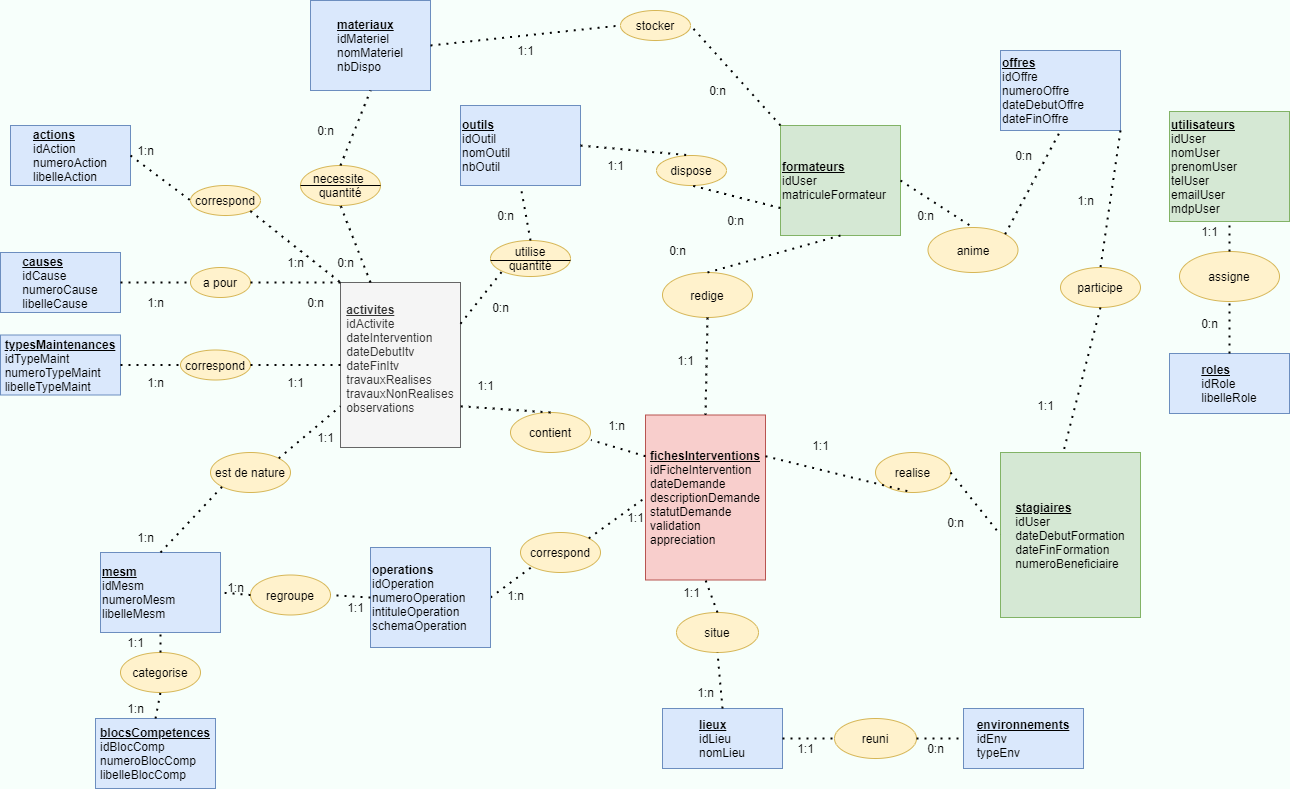
tancraft/Stage keeps this draw.io diagram as DOCS/mcd.png. Above is the earlier version. Source tidied: cells renumbered, new cells last; positions are measured from the earlier drawing's top-left corner, leaving out a move shared by most shapes.
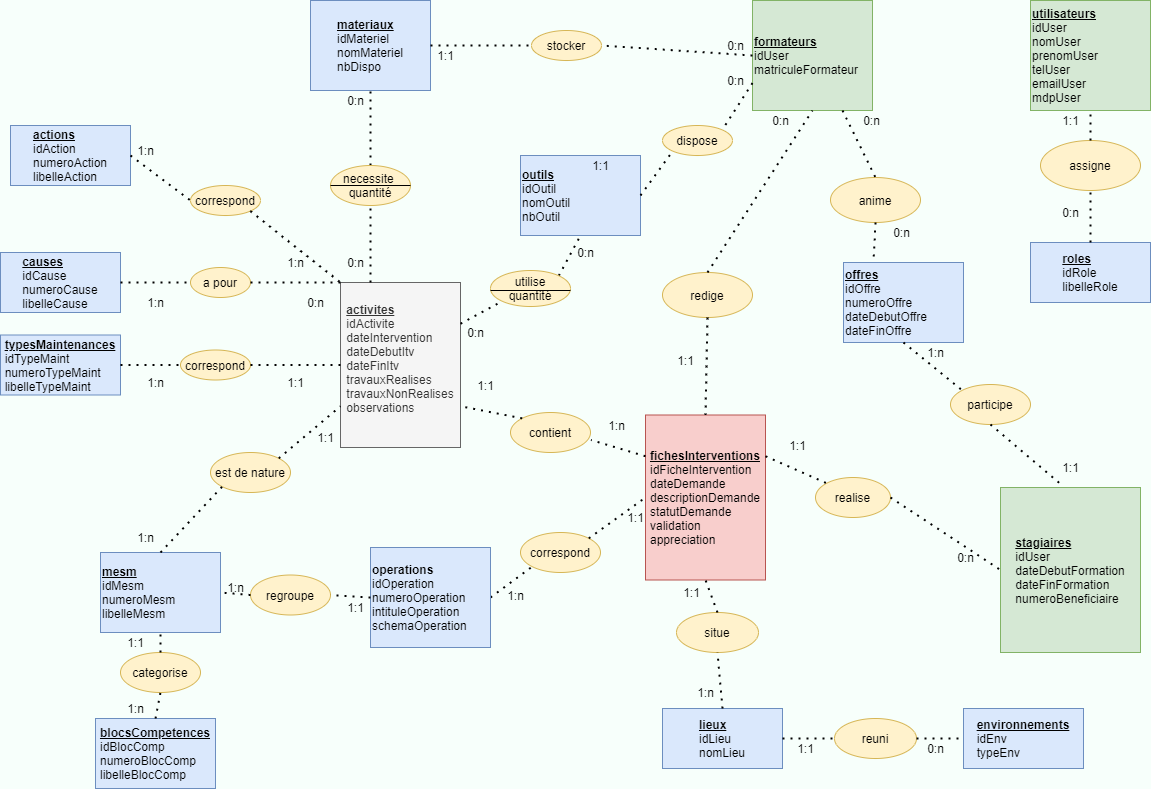
After the commit.

The edit, as a diff of the source:
```diff
@@ -9,7 +9,7 @@
       <mxGeometry x="662" y="708" width="120" height="60" as="geometry" />
     </mxCell>
     <mxCell id="4" value="&lt;u style=&quot;font-weight: bold&quot;&gt;outils&lt;/u&gt;&lt;br&gt;idOutil&lt;br&gt;nomOutil&lt;br&gt;nbOutil" style="rounded=0;whiteSpace=wrap;html=1;align=left;fillColor=#dae8fc;strokeColor=#6c8ebf;" parent="1" vertex="1">
-      <mxGeometry x="460" y="105" width="120" height="80" as="geometry" />
+      <mxGeometry x="520" y="155" width="120" height="80" as="geometry" />
     </mxCell>
     <mxCell id="5" value="&lt;div style=&quot;text-align: left&quot;&gt;&lt;b&gt;&lt;u&gt;fichesInterventions&lt;/u&gt;&lt;/b&gt;&lt;/div&gt;&lt;div style=&quot;text-align: left&quot;&gt;&lt;span&gt;idFicheIntervention&lt;/span&gt;&lt;/div&gt;&lt;div style=&quot;text-align: left&quot;&gt;&lt;span&gt;dateDemande&lt;/span&gt;&lt;/div&gt;&lt;div style=&quot;text-align: left&quot;&gt;&lt;span&gt;descriptionDemande&lt;/span&gt;&lt;/div&gt;&lt;div style=&quot;text-align: left&quot;&gt;&lt;span&gt;statutDemande&lt;/span&gt;&lt;/div&gt;&lt;div style=&quot;text-align: left&quot;&gt;&lt;span&gt;validation&lt;/span&gt;&lt;/div&gt;&lt;div style=&quot;text-align: left&quot;&gt;&lt;span&gt;appreciation&lt;/span&gt;&lt;/div&gt;" style="rounded=0;whiteSpace=wrap;html=1;fillColor=#f8cecc;strokeColor=#b85450;" parent="1" vertex="1">
       <mxGeometry x="645" y="414.5" width="120" height="165" as="geometry" />
@@ -27,82 +27,76 @@
       <mxGeometry y="334.5" width="120" height="60" as="geometry" />
     </mxCell>
     <mxCell id="10" value="&lt;b&gt;&lt;u&gt;formateurs&lt;/u&gt;&lt;/b&gt;&lt;br&gt;idUser&lt;br&gt;matriculeFormateur" style="rounded=0;whiteSpace=wrap;html=1;align=left;fillColor=#d5e8d4;strokeColor=#82b366;" parent="1" vertex="1">
-      <mxGeometry x="780" y="125" width="120" height="110" as="geometry" />
+      <mxGeometry x="752" width="120" height="110" as="geometry" />
     </mxCell>
     <mxCell id="11" value="&lt;b&gt;&lt;u&gt;offres&lt;/u&gt;&lt;/b&gt;&lt;br&gt;idOffre&lt;br&gt;numeroOffre&lt;br&gt;dateDebutOffre&lt;br&gt;dateFinOffre" style="rounded=0;whiteSpace=wrap;html=1;align=left;fillColor=#dae8fc;strokeColor=#6c8ebf;" parent="1" vertex="1">
-      <mxGeometry x="1000" y="50" width="120" height="80" as="geometry" />
+      <mxGeometry x="843" y="262" width="120" height="80" as="geometry" />
     </mxCell>
     <mxCell id="12" value="&lt;div style=&quot;text-align: left&quot;&gt;&lt;u style=&quot;font-weight: bold&quot;&gt;stagiaires&lt;/u&gt;&lt;/div&gt;&lt;div style=&quot;text-align: left&quot;&gt;&lt;span&gt;idUser&lt;/span&gt;&lt;/div&gt;&lt;div style=&quot;text-align: left&quot;&gt;&lt;span&gt;dateDebutFormation&lt;/span&gt;&lt;/div&gt;&lt;div style=&quot;text-align: left&quot;&gt;&lt;span&gt;dateFinFormation&lt;/span&gt;&lt;/div&gt;&lt;div style=&quot;text-align: left&quot;&gt;&lt;span&gt;numeroBeneficiaire&lt;/span&gt;&lt;/div&gt;" style="rounded=0;whiteSpace=wrap;html=1;fillColor=#d5e8d4;strokeColor=#82b366;" parent="1" vertex="1">
-      <mxGeometry x="1000" y="452" width="140" height="165" as="geometry" />
+      <mxGeometry x="1000" y="487" width="140" height="165" as="geometry" />
     </mxCell>
     <mxCell id="13" value="anime" style="ellipse;whiteSpace=wrap;html=1;fillColor=#fff2cc;strokeColor=#d6b656;" parent="1" vertex="1">
-      <mxGeometry x="927.5" y="227" width="90" height="45" as="geometry" />
+      <mxGeometry x="830" y="177" width="90" height="45" as="geometry" />
     </mxCell>
     <mxCell id="14" value="participe" style="ellipse;whiteSpace=wrap;html=1;fillColor=#fff2cc;strokeColor=#d6b656;" parent="1" vertex="1">
-      <mxGeometry x="1060" y="267" width="80" height="40" as="geometry" />
+      <mxGeometry x="950" y="384" width="80" height="40" as="geometry" />
     </mxCell>
     <mxCell id="15" value="0:n" style="text;html=1;align=center;verticalAlign=middle;" parent="1" vertex="1">
-      <mxGeometry x="940" y="512" width="30" height="20" as="geometry" />
+      <mxGeometry x="950" y="547" width="30" height="20" as="geometry" />
     </mxCell>
     <mxCell id="16" value="1:1" style="text;html=1;align=center;verticalAlign=middle;" parent="1" vertex="1">
-      <mxGeometry x="1030" y="394.5" width="30" height="20" as="geometry" />
+      <mxGeometry x="1055" y="457" width="30" height="20" as="geometry" />
     </mxCell>
     <mxCell id="17" value="0:n" style="text;html=1;align=center;verticalAlign=middle;" parent="1" vertex="1">
-      <mxGeometry x="1008" y="145" width="30" height="20" as="geometry" />
+      <mxGeometry x="886" y="222" width="30" height="20" as="geometry" />
     </mxCell>
     <mxCell id="18" value="0:n" style="text;html=1;align=center;verticalAlign=middle;" parent="1" vertex="1">
-      <mxGeometry x="910" y="205" width="30" height="20" as="geometry" />
+      <mxGeometry x="856" y="110" width="30" height="20" as="geometry" />
     </mxCell>
     <mxCell id="19" value="redige" style="ellipse;whiteSpace=wrap;html=1;fillColor=#fff2cc;strokeColor=#d6b656;" parent="1" vertex="1">
       <mxGeometry x="662" y="272" width="90" height="45" as="geometry" />
     </mxCell>
     <mxCell id="20" value="0:n" style="text;html=1;align=center;verticalAlign=middle;" parent="1" vertex="1">
-      <mxGeometry x="662" y="240" width="30" height="20" as="geometry" />
+      <mxGeometry x="765" y="110" width="30" height="20" as="geometry" />
     </mxCell>
     <mxCell id="21" value="1:1" style="text;html=1;align=center;verticalAlign=middle;" parent="1" vertex="1">
       <mxGeometry x="670" y="349.5" width="30" height="20" as="geometry" />
     </mxCell>
-    <mxCell id="22" style="endArrow=none;dashed=1;html=1;dashPattern=1 3;strokeWidth=2;entryX=0.5;entryY=0;entryDx=0;entryDy=0;exitX=1;exitY=1;exitDx=0;exitDy=0;" parent="1" edge="1" source="11" target="14">
+    <mxCell id="22" style="endArrow=none;dashed=1;html=1;dashPattern=1 3;strokeWidth=2;entryX=0;entryY=0;entryDx=0;entryDy=0;exitX=0.5;exitY=1;exitDx=0;exitDy=0;" parent="1" edge="1" source="11" target="14">
       <mxGeometry relative="1" as="geometry" />
     </mxCell>
     <mxCell id="23" style="endArrow=none;dashed=1;html=1;dashPattern=1 3;strokeWidth=2;exitX=0.5;exitY=1;exitDx=0;exitDy=0;entryX=0.45;entryY=-0.006;entryDx=0;entryDy=0;entryPerimeter=0;" parent="1" edge="1" source="14" target="12">
       <mxGeometry relative="1" as="geometry" />
     </mxCell>
-    <mxCell id="24" style="endArrow=none;dashed=1;html=1;dashPattern=1 3;strokeWidth=2;entryX=0.5;entryY=1;entryDx=0;entryDy=0;exitX=1;exitY=0;exitDx=0;exitDy=0;" parent="1" edge="1" source="13" target="11">
+    <mxCell id="24" style="endArrow=none;dashed=1;html=1;dashPattern=1 3;strokeWidth=2;entryX=0.25;entryY=0;entryDx=0;entryDy=0;exitX=0.5;exitY=1;exitDx=0;exitDy=0;" parent="1" edge="1" source="13" target="11">
       <mxGeometry relative="1" as="geometry" />
     </mxCell>
     <mxCell id="25" value="realise" style="ellipse;whiteSpace=wrap;html=1;fillColor=#fff2cc;strokeColor=#d6b656;" parent="1" vertex="1">
-      <mxGeometry x="875" y="452" width="75" height="40" as="geometry" />
+      <mxGeometry x="815" y="477" width="75" height="40" as="geometry" />
     </mxCell>
-    <mxCell id="26" style="endArrow=none;dashed=1;html=1;dashPattern=1 3;strokeWidth=2;entryX=0.5;entryY=1;entryDx=0;entryDy=0;exitX=1;exitY=0.25;exitDx=0;exitDy=0;" parent="1" edge="1" source="5" target="25">
+    <mxCell id="26" style="endArrow=none;dashed=1;html=1;dashPattern=1 3;strokeWidth=2;exitX=1;exitY=0.25;exitDx=0;exitDy=0;entryX=0;entryY=0;entryDx=0;entryDy=0;" parent="1" edge="1" source="5" target="25">
       <mxGeometry relative="1" as="geometry" />
     </mxCell>
     <mxCell id="27" style="endArrow=none;dashed=1;html=1;dashPattern=1 3;strokeWidth=2;entryX=0;entryY=0.5;entryDx=0;entryDy=0;exitX=1;exitY=0.5;exitDx=0;exitDy=0;" parent="1" edge="1" source="25" target="12">
       <mxGeometry relative="1" as="geometry" />
     </mxCell>
     <mxCell id="28" value="1:n" style="text;html=1;align=center;verticalAlign=middle;" parent="1" vertex="1">
-      <mxGeometry x="1070" y="190" width="30" height="20" as="geometry" />
+      <mxGeometry x="920" y="342" width="30" height="20" as="geometry" />
     </mxCell>
     <mxCell id="29" value="1:1" style="text;html=1;align=center;verticalAlign=middle;" parent="1" vertex="1">
-      <mxGeometry x="805" y="434.5" width="30" height="20" as="geometry" />
+      <mxGeometry x="782" y="434.5" width="30" height="20" as="geometry" />
     </mxCell>
-    <mxCell id="30" value="utilise&lt;br&gt;quantité" style="ellipse;whiteSpace=wrap;html=1;fillColor=#fff2cc;strokeColor=#d6b656;" parent="1" vertex="1">
-      <mxGeometry x="490" y="240" width="80" height="36" as="geometry" />
-    </mxCell>
-    <mxCell id="31" value="&lt;span&gt;necessite&amp;nbsp; quantité&lt;/span&gt;" style="ellipse;whiteSpace=wrap;html=1;fillColor=#fff2cc;strokeColor=#d6b656;" parent="1" vertex="1">
-      <mxGeometry x="300" y="165" width="80" height="40" as="geometry" />
-    </mxCell>
     <mxCell id="32" style="endArrow=none;dashed=1;html=1;dashPattern=1 3;strokeWidth=2;entryX=0;entryY=1;entryDx=0;entryDy=0;exitX=1;exitY=0.25;exitDx=0;exitDy=0;" parent="1" edge="1" source="2" target="30">
       <mxGeometry relative="1" as="geometry" />
     </mxCell>
-    <mxCell id="33" style="endArrow=none;dashed=1;html=1;dashPattern=1 3;strokeWidth=2;exitX=0.5;exitY=0;exitDx=0;exitDy=0;entryX=0.5;entryY=1;entryDx=0;entryDy=0;" parent="1" edge="1" source="30" target="4">
+    <mxCell id="33" style="endArrow=none;dashed=1;html=1;dashPattern=1 3;strokeWidth=2;exitX=1;exitY=0;exitDx=0;exitDy=0;entryX=0.5;entryY=1;entryDx=0;entryDy=0;" parent="1" edge="1" source="30" target="4">
       <mxGeometry relative="1" as="geometry" />
     </mxCell>
     <mxCell id="34" value="0:n" style="text;html=1;align=center;verticalAlign=middle;" parent="1" vertex="1">
-      <mxGeometry x="490" y="205" width="30" height="20" as="geometry" />
+      <mxGeometry x="570" y="242" width="30" height="20" as="geometry" />
     </mxCell>
     <mxCell id="35" value="0:n" style="text;html=1;align=center;verticalAlign=middle;" parent="1" vertex="1">
-      <mxGeometry x="485" y="297" width="30" height="20" as="geometry" />
+      <mxGeometry x="460" y="322" width="30" height="20" as="geometry" />
     </mxCell>
     <mxCell id="36" style="endArrow=none;dashed=1;html=1;dashPattern=1 3;strokeWidth=2;exitX=0.5;exitY=0;exitDx=0;exitDy=0;entryX=0.5;entryY=1;entryDx=0;entryDy=0;" parent="1" edge="1" source="31" target="7">
       <mxGeometry relative="1" as="geometry" />
@@ -111,15 +105,15 @@
       <mxGeometry relative="1" as="geometry" />
     </mxCell>
     <mxCell id="38" value="0:n" style="text;html=1;align=center;verticalAlign=middle;" parent="1" vertex="1">
-      <mxGeometry x="330" y="252" width="30" height="20" as="geometry" />
+      <mxGeometry x="340" y="252" width="30" height="20" as="geometry" />
     </mxCell>
     <mxCell id="39" value="0:n" style="text;html=1;align=center;verticalAlign=middle;" parent="1" vertex="1">
-      <mxGeometry x="310" y="120" width="30" height="20" as="geometry" />
+      <mxGeometry x="340" y="90" width="30" height="20" as="geometry" />
     </mxCell>
     <mxCell id="40" value="contient" style="ellipse;whiteSpace=wrap;html=1;fillColor=#fff2cc;strokeColor=#d6b656;" parent="1" vertex="1">
       <mxGeometry x="510" y="412" width="80" height="40" as="geometry" />
     </mxCell>
-    <mxCell id="41" style="endArrow=none;dashed=1;html=1;dashPattern=1 3;strokeWidth=2;exitX=0.5;exitY=0;exitDx=0;exitDy=0;entryX=1;entryY=0.75;entryDx=0;entryDy=0;" parent="1" edge="1" source="40" target="2">
+    <mxCell id="41" style="endArrow=none;dashed=1;html=1;dashPattern=1 3;strokeWidth=2;exitX=0;exitY=0;exitDx=0;exitDy=0;entryX=1;entryY=0.75;entryDx=0;entryDy=0;" parent="1" edge="1" source="40" target="2">
       <mxGeometry relative="1" as="geometry" />
     </mxCell>
     <mxCell id="42" style="endArrow=none;dashed=1;html=1;dashPattern=1 3;strokeWidth=2;entryX=1.006;entryY=0.688;entryDx=0;entryDy=0;exitX=0;exitY=0.25;exitDx=0;exitDy=0;entryPerimeter=0;" parent="1" edge="1" source="5" target="40">
@@ -204,19 +198,19 @@
       <mxGeometry relative="1" as="geometry" />
     </mxCell>
     <mxCell id="69" value="&lt;b&gt;&lt;u&gt;utilisateurs&lt;/u&gt;&lt;/b&gt;&lt;br&gt;idUser&lt;br&gt;nomUser&lt;br&gt;prenomUser&lt;br&gt;telUser&lt;br&gt;emailUser&lt;br&gt;mdpUser" style="rounded=0;whiteSpace=wrap;html=1;align=left;fillColor=#d5e8d4;strokeColor=#82b366;" parent="1" vertex="1">
-      <mxGeometry x="1169" y="111" width="120" height="110" as="geometry" />
+      <mxGeometry x="1030" width="120" height="110" as="geometry" />
     </mxCell>
     <mxCell id="70" value="&lt;div style=&quot;text-align: left&quot;&gt;&lt;b&gt;&lt;u&gt;roles&lt;/u&gt;&lt;/b&gt;&lt;/div&gt;&lt;div style=&quot;text-align: left&quot;&gt;&lt;span&gt;idRole&lt;/span&gt;&lt;/div&gt;&lt;div style=&quot;text-align: left&quot;&gt;&lt;span&gt;libelleRole&lt;/span&gt;&lt;/div&gt;" style="rounded=0;whiteSpace=wrap;html=1;fillColor=#dae8fc;strokeColor=#6c8ebf;" parent="1" vertex="1">
-      <mxGeometry x="1169" y="353" width="120" height="60" as="geometry" />
+      <mxGeometry x="1030" y="242" width="120" height="60" as="geometry" />
     </mxCell>
     <mxCell id="71" value="assigne" style="ellipse;whiteSpace=wrap;html=1;fillColor=#fff2cc;strokeColor=#d6b656;" parent="1" vertex="1">
-      <mxGeometry x="1179" y="251" width="100" height="50" as="geometry" />
+      <mxGeometry x="1040" y="140" width="100" height="50" as="geometry" />
     </mxCell>
     <mxCell id="72" value="1:1" style="text;html=1;align=center;verticalAlign=middle;" parent="1" vertex="1">
-      <mxGeometry x="1194" y="221" width="30" height="20" as="geometry" />
+      <mxGeometry x="1055" y="110" width="30" height="20" as="geometry" />
     </mxCell>
     <mxCell id="73" value="0:n" style="text;html=1;align=center;verticalAlign=middle;" parent="1" vertex="1">
-      <mxGeometry x="1194" y="313" width="30" height="20" as="geometry" />
+      <mxGeometry x="1055" y="202" width="30" height="20" as="geometry" />
     </mxCell>
     <mxCell id="74" style="endArrow=none;dashed=1;html=1;dashPattern=1 3;strokeWidth=2;exitX=0.5;exitY=0;exitDx=0;exitDy=0;entryX=0.5;entryY=1;entryDx=0;entryDy=0;" parent="1" edge="1" source="71" target="69">
       <mxGeometry relative="1" as="geometry" />
@@ -299,53 +293,65 @@
     <mxCell id="100" value="0:n" style="text;html=1;align=center;verticalAlign=middle;" parent="1" vertex="1">
       <mxGeometry x="300" y="292" width="30" height="20" as="geometry" />
     </mxCell>
-    <mxCell id="101" style="endArrow=none;html=1;entryX=1;entryY=0.5;entryDx=0;entryDy=0;exitX=0;exitY=0.5;exitDx=0;exitDy=0;" parent="1" edge="1" source="31" target="31">
-      <mxGeometry relative="1" as="geometry" />
-    </mxCell>
-    <mxCell id="102" style="endArrow=none;html=1;entryX=1;entryY=0.5;entryDx=0;entryDy=0;exitX=0;exitY=0.5;exitDx=0;exitDy=0;" parent="1" edge="1">
-      <mxGeometry relative="1" as="geometry">
-        <mxPoint x="490" y="260" as="sourcePoint" />
-        <mxPoint x="570" y="260" as="targetPoint" />
-      </mxGeometry>
-    </mxCell>
     <mxCell id="103" style="endArrow=none;dashed=1;html=1;dashPattern=1 3;strokeWidth=2;entryX=0.5;entryY=0;entryDx=0;entryDy=0;exitX=0.5;exitY=1;exitDx=0;exitDy=0;" parent="1" edge="1" source="19" target="5">
       <mxGeometry relative="1" as="geometry" />
     </mxCell>
     <mxCell id="104" style="endArrow=none;dashed=1;html=1;dashPattern=1 3;strokeWidth=2;exitX=0.5;exitY=0;exitDx=0;exitDy=0;entryX=0.5;entryY=1;entryDx=0;entryDy=0;" parent="1" edge="1" source="19" target="10">
       <mxGeometry relative="1" as="geometry" />
     </mxCell>
-    <mxCell id="105" style="endArrow=none;dashed=1;html=1;dashPattern=1 3;strokeWidth=2;exitX=1;exitY=0.5;exitDx=0;exitDy=0;entryX=0.5;entryY=0;entryDx=0;entryDy=0;" parent="1" edge="1" source="10" target="13">
+    <mxCell id="105" style="endArrow=none;dashed=1;html=1;dashPattern=1 3;strokeWidth=2;exitX=0.75;exitY=1;exitDx=0;exitDy=0;entryX=0.5;entryY=0;entryDx=0;entryDy=0;" parent="1" edge="1" source="10" target="13">
       <mxGeometry relative="1" as="geometry" />
     </mxCell>
     <mxCell id="106" value="stocker" style="ellipse;whiteSpace=wrap;html=1;fillColor=#fff2cc;strokeColor=#d6b656;" parent="1" vertex="1">
-      <mxGeometry x="620" y="10" width="70" height="30" as="geometry" />
+      <mxGeometry x="531" y="30" width="70" height="30" as="geometry" />
     </mxCell>
     <mxCell id="107" value="dispose" style="ellipse;whiteSpace=wrap;html=1;fillColor=#fff2cc;strokeColor=#d6b656;" parent="1" vertex="1">
-      <mxGeometry x="656" y="155" width="70" height="30" as="geometry" />
+      <mxGeometry x="662" y="125" width="70" height="30" as="geometry" />
     </mxCell>
-    <mxCell id="108" style="endArrow=none;dashed=1;html=1;dashPattern=1 3;strokeWidth=2;exitX=0;exitY=0;exitDx=0;exitDy=0;entryX=1;entryY=0.5;entryDx=0;entryDy=0;" parent="1" edge="1" source="10" target="106">
+    <mxCell id="108" style="endArrow=none;dashed=1;html=1;dashPattern=1 3;strokeWidth=2;exitX=0;exitY=0.5;exitDx=0;exitDy=0;entryX=1;entryY=0.5;entryDx=0;entryDy=0;" parent="1" edge="1" source="10" target="106">
       <mxGeometry relative="1" as="geometry" />
     </mxCell>
     <mxCell id="109" style="endArrow=none;dashed=1;html=1;dashPattern=1 3;strokeWidth=2;exitX=1;exitY=0.5;exitDx=0;exitDy=0;entryX=0;entryY=0.5;entryDx=0;entryDy=0;" parent="1" edge="1" source="7" target="106">
       <mxGeometry relative="1" as="geometry" />
     </mxCell>
-    <mxCell id="110" style="endArrow=none;dashed=1;html=1;dashPattern=1 3;strokeWidth=2;exitX=1;exitY=0.5;exitDx=0;exitDy=0;entryX=0.5;entryY=0;entryDx=0;entryDy=0;" parent="1" edge="1" source="4" target="107">
+    <mxCell id="110" style="endArrow=none;dashed=1;html=1;dashPattern=1 3;strokeWidth=2;exitX=1;exitY=0.5;exitDx=0;exitDy=0;entryX=0;entryY=1;entryDx=0;entryDy=0;" parent="1" edge="1" source="4" target="107">
       <mxGeometry relative="1" as="geometry" />
     </mxCell>
-    <mxCell id="111" style="endArrow=none;dashed=1;html=1;dashPattern=1 3;strokeWidth=2;entryX=0.5;entryY=1;entryDx=0;entryDy=0;exitX=0;exitY=0.75;exitDx=0;exitDy=0;" parent="1" edge="1" source="10" target="107">
+    <mxCell id="111" style="endArrow=none;dashed=1;html=1;dashPattern=1 3;strokeWidth=2;entryX=1;entryY=0;entryDx=0;entryDy=0;exitX=0;exitY=0.75;exitDx=0;exitDy=0;" parent="1" edge="1" source="10" target="107">
       <mxGeometry relative="1" as="geometry" />
     </mxCell>
     <mxCell id="112" value="1:1" style="text;html=1;align=center;verticalAlign=middle;" parent="1" vertex="1">
-      <mxGeometry x="510" y="40" width="30" height="20" as="geometry" />
+      <mxGeometry x="430" y="45" width="30" height="20" as="geometry" />
     </mxCell>
     <mxCell id="113" value="0:n" style="text;html=1;align=center;verticalAlign=middle;" parent="1" vertex="1">
-      <mxGeometry x="702" y="80" width="30" height="20" as="geometry" />
+      <mxGeometry x="720" y="35" width="30" height="20" as="geometry" />
     </mxCell>
     <mxCell id="114" value="1:1" style="text;html=1;align=center;verticalAlign=middle;" parent="1" vertex="1">
-      <mxGeometry x="600" y="155" width="30" height="20" as="geometry" />
+      <mxGeometry x="585" y="155" width="30" height="20" as="geometry" />
     </mxCell>
     <mxCell id="115" value="0:n" style="text;html=1;align=center;verticalAlign=middle;" parent="1" vertex="1">
-      <mxGeometry x="720" y="210" width="30" height="20" as="geometry" />
+      <mxGeometry x="720" y="70" width="30" height="20" as="geometry" />
     </mxCell>
+    <mxCell id="116" style="group;" parent="1" vertex="1">
+      <mxGeometry x="490" y="270" width="80" height="36" as="geometry" />
+    </mxCell>
+    <mxCell id="30" value="utilise&lt;br&gt;quantité" style="ellipse;whiteSpace=wrap;html=1;fillColor=#fff2cc;strokeColor=#d6b656;" parent="116" vertex="1">
+      <mxGeometry width="80" height="36" as="geometry" />
+    </mxCell>
+    <mxCell id="102" style="endArrow=none;html=1;entryX=1;entryY=0.5;entryDx=0;entryDy=0;exitX=0;exitY=0.5;exitDx=0;exitDy=0;" parent="116" edge="1">
+      <mxGeometry relative="1" as="geometry">
+        <mxPoint y="20" as="sourcePoint" />
+        <mxPoint x="80" y="20" as="targetPoint" />
+      </mxGeometry>
+    </mxCell>
+    <mxCell id="117" style="group;" parent="1" vertex="1">
+      <mxGeometry x="330" y="165" width="80" height="40" as="geometry" />
+    </mxCell>
+    <mxCell id="31" value="&lt;span&gt;necessite&amp;nbsp; quantité&lt;/span&gt;" style="ellipse;whiteSpace=wrap;html=1;fillColor=#fff2cc;strokeColor=#d6b656;" parent="117" vertex="1">
+      <mxGeometry width="80" height="40" as="geometry" />
+    </mxCell>
+    <mxCell id="101" style="endArrow=none;html=1;entryX=1;entryY=0.5;entryDx=0;entryDy=0;exitX=0;exitY=0.5;exitDx=0;exitDy=0;" parent="117" edge="1" source="31" target="31">
+      <mxGeometry relative="1" as="geometry" />
+    </mxCell>
   </root>
 </mxGraphModel>
```
